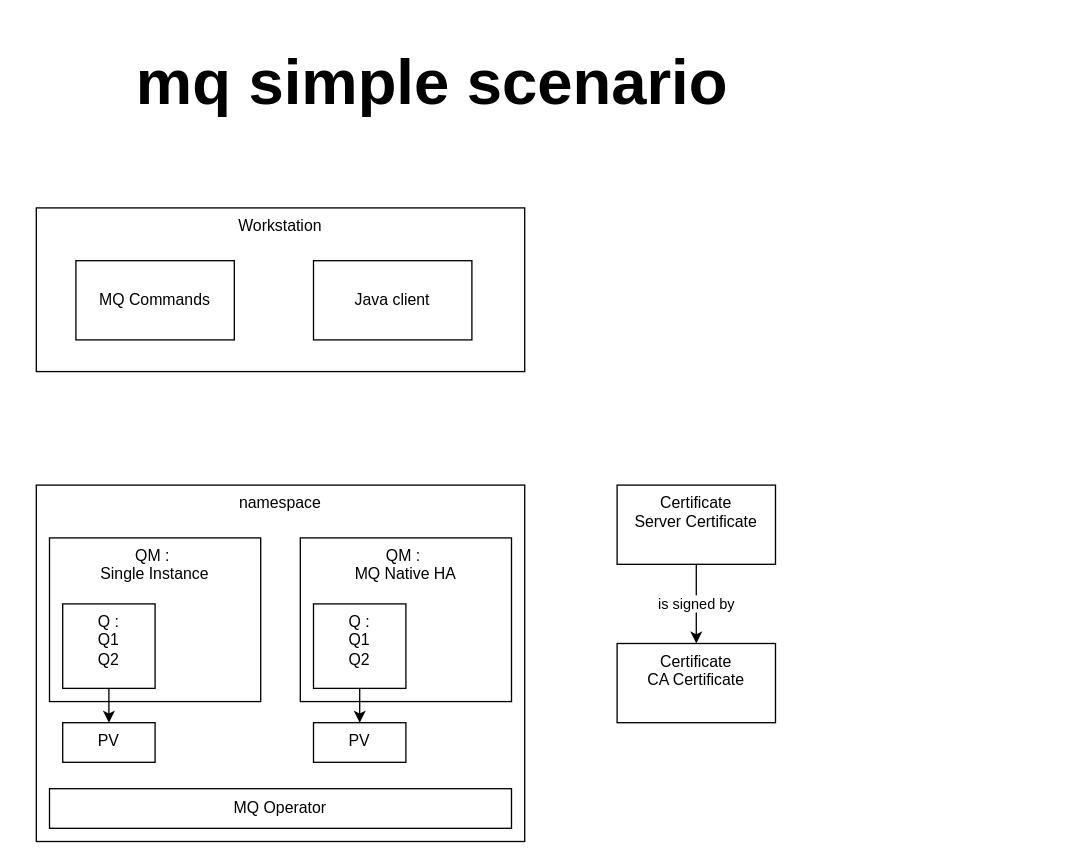
This is doc/mds/demos/mq_simple/mq_simple.drawio from ADesprets/cp4i-install, a draw.io file, before an edit. Source tidied: cells renumbered, new cells numbered last; positions are measured from the earlier drawing's top-left corner, leaving out a move shared by most shapes. Both pictures are drawn from the tidied source at 132%, with x=0, y=0 at pixel (22, 22).
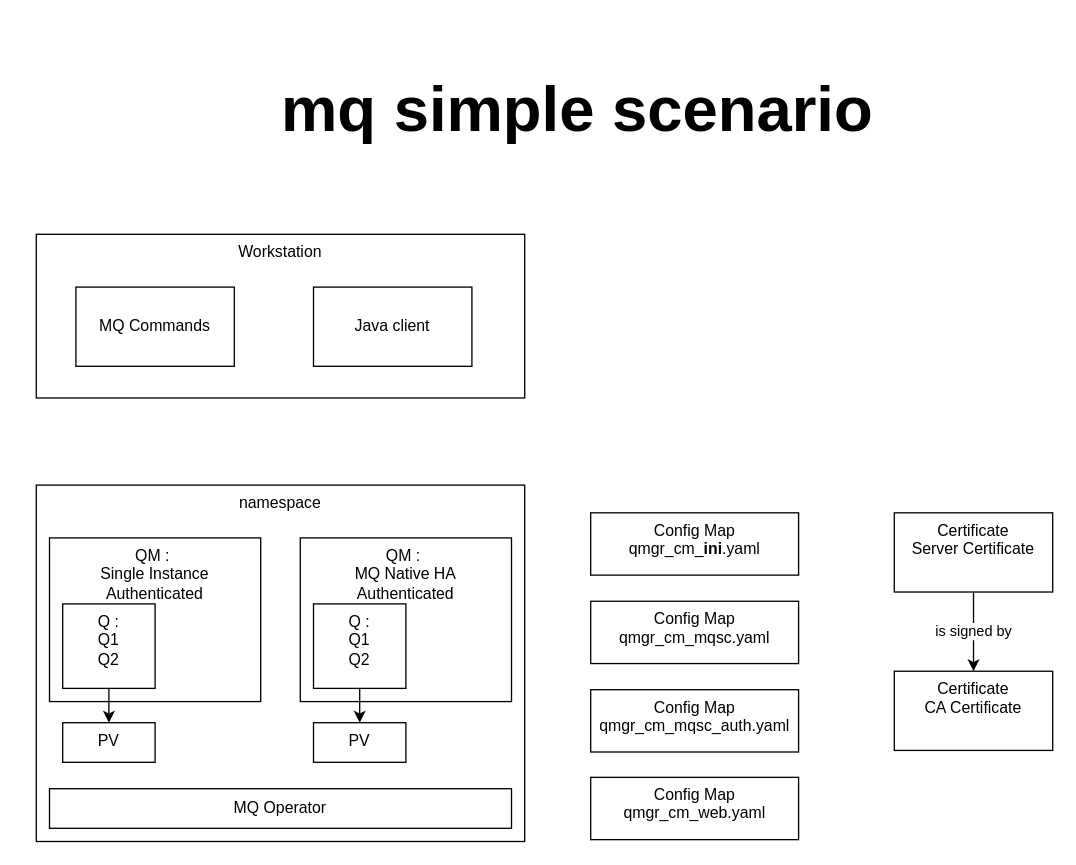
After the change.

Commit message (it also covers changes not shown here):
MQ simple enhancements mm2 first phase

Diff of the diagram source:
```diff
@@
-    <mxCell id="3" value="QM :&amp;nbsp;&lt;div&gt;Single Instance&lt;/div&gt;" style="rounded=0;whiteSpace=wrap;html=1;verticalAlign=top;" parent="1" vertex="1">
+    <mxCell id="3" value="QM :&amp;nbsp;&lt;div&gt;Single Instance&lt;/div&gt;&lt;div&gt;Authenticated&lt;/div&gt;" style="rounded=0;whiteSpace=wrap;html=1;verticalAlign=top;" parent="1" vertex="1">
       <mxGeometry x="20" y="390" width="160" height="124" as="geometry" />
     </mxCell>
@@
-    <mxCell id="5" value="QM :&amp;nbsp;&lt;div&gt;MQ Native HA&lt;/div&gt;" style="rounded=0;whiteSpace=wrap;html=1;verticalAlign=top;" parent="1" vertex="1">
+    <mxCell id="5" value="QM :&amp;nbsp;&lt;div&gt;MQ Native HA&lt;/div&gt;&lt;div&gt;Authenticated&lt;/div&gt;" style="rounded=0;whiteSpace=wrap;html=1;verticalAlign=top;" parent="1" vertex="1">
       <mxGeometry x="210" y="390" width="160" height="124" as="geometry" />
     </mxCell>
@@
     <mxCell id="12" value="Workstation" style="rounded=0;whiteSpace=wrap;html=1;verticalAlign=top;" parent="1" vertex="1">
-      <mxGeometry x="10" y="140" width="370" height="124" as="geometry" />
+      <mxGeometry x="10" y="160" width="370" height="124" as="geometry" />
     </mxCell>
     <mxCell id="13" value="MQ Commands" style="rounded=0;whiteSpace=wrap;html=1;" parent="1" vertex="1">
-      <mxGeometry x="40" y="180" width="120" height="60" as="geometry" />
+      <mxGeometry x="40" y="200" width="120" height="60" as="geometry" />
     </mxCell>
     <mxCell id="14" value="Java client" style="rounded=0;whiteSpace=wrap;html=1;" parent="1" vertex="1">
-      <mxGeometry x="220" y="180" width="120" height="60" as="geometry" />
+      <mxGeometry x="220" y="200" width="120" height="60" as="geometry" />
     </mxCell>
@@
     <mxCell id="16" value="Certificate&lt;div&gt;Server Certificate&lt;/div&gt;" style="rounded=0;whiteSpace=wrap;html=1;verticalAlign=top;" parent="1" vertex="1">
-      <mxGeometry x="450" y="350" width="120" height="60" as="geometry" />
+      <mxGeometry x="660" y="371" width="120" height="60" as="geometry" />
     </mxCell>
     <mxCell id="17" value="Certificate&lt;div&gt;CA Certificate&lt;/div&gt;" style="rounded=0;whiteSpace=wrap;html=1;verticalAlign=top;" parent="1" vertex="1">
-      <mxGeometry x="450" y="470" width="120" height="60" as="geometry" />
+      <mxGeometry x="660" y="491" width="120" height="60" as="geometry" />
     </mxCell>
     <mxCell id="18" value="&lt;b&gt;&lt;font style=&quot;font-size: 48px;&quot;&gt;mq simple scenario&lt;/font&gt;&lt;/b&gt;" style="text;html=1;align=center;verticalAlign=middle;whiteSpace=wrap;rounded=0;" parent="1" vertex="1">
-      <mxGeometry width="620" height="90" as="geometry" />
+      <mxGeometry x="110" y="20" width="620" height="90" as="geometry" />
     </mxCell>
+    <mxCell id="19" value="Config Map&lt;div&gt;&lt;div&gt;qmgr_cm_&lt;b&gt;ini&lt;/b&gt;.yaml&lt;/div&gt;&lt;/div&gt;" style="rounded=0;whiteSpace=wrap;html=1;verticalAlign=top;" parent="1" vertex="1">
+      <mxGeometry x="430" y="371" width="157.5" height="47.2" as="geometry" />
+    </mxCell>
+    <mxCell id="20" value="Config Map&lt;div&gt;&lt;div&gt;&lt;span style=&quot;background-color: transparent; color: light-dark(rgb(0, 0, 0), rgb(255, 255, 255));&quot;&gt;qmgr_cm_mqsc.yaml&lt;/span&gt;&lt;/div&gt;&lt;/div&gt;" style="rounded=0;whiteSpace=wrap;html=1;verticalAlign=top;" parent="1" vertex="1">
+      <mxGeometry x="430" y="438" width="157.5" height="47.2" as="geometry" />
+    </mxCell>
+    <mxCell id="21" value="Config Map&lt;div&gt;&lt;div&gt;&lt;span style=&quot;background-color: transparent; color: light-dark(rgb(0, 0, 0), rgb(255, 255, 255));&quot;&gt;qmgr_cm_mqsc_auth.yaml&lt;/span&gt;&lt;/div&gt;&lt;/div&gt;" style="rounded=0;whiteSpace=wrap;html=1;verticalAlign=top;" parent="1" vertex="1">
+      <mxGeometry x="430" y="505" width="157.5" height="47.2" as="geometry" />
+    </mxCell>
+    <mxCell id="22" value="Config Map&lt;div&gt;&lt;div&gt;&lt;span style=&quot;background-color: transparent; color: light-dark(rgb(0, 0, 0), rgb(255, 255, 255));&quot;&gt;qmgr_cm_web.yaml&lt;/span&gt;&lt;/div&gt;&lt;/div&gt;" style="rounded=0;whiteSpace=wrap;html=1;verticalAlign=top;" parent="1" vertex="1">
+      <mxGeometry x="430" y="571.4" width="157.5" height="47.2" as="geometry" />
+    </mxCell>
```
